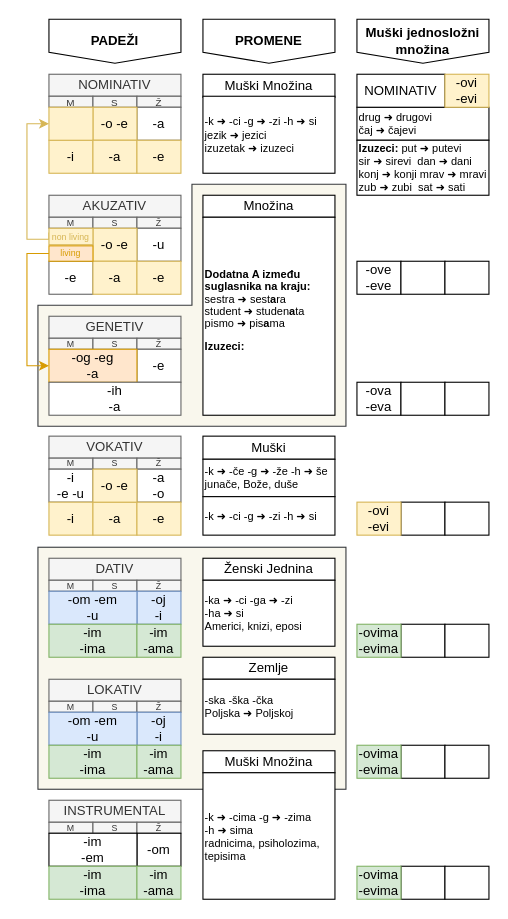
Before: padezi.drawio in vlandivir/srpski, a draw.io diagram. Source tidied: cells renumbered, new cells numbered last; positions are measured from the earlier drawing's top-left corner, leaving out a move shared by most shapes. Both pictures are drawn from the tidied source at 110%, with x=0, y=0 at pixel (26, 19).
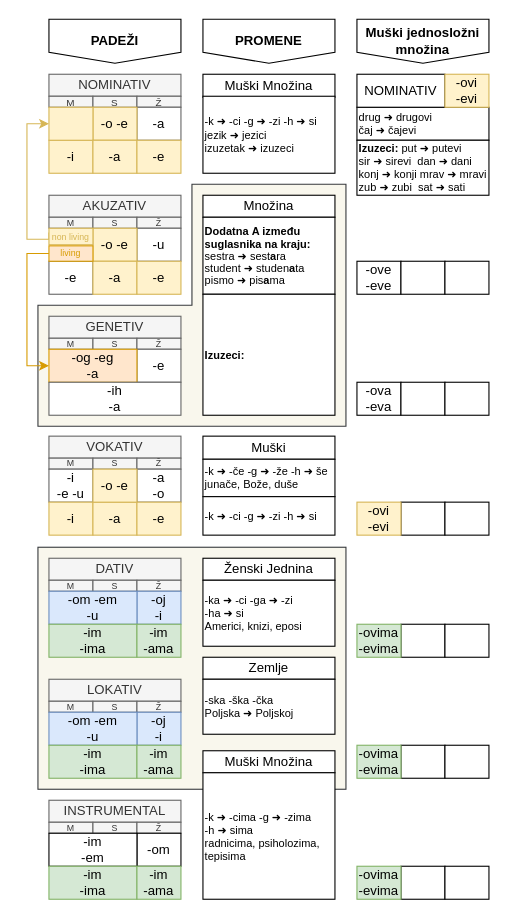
Above is the later version.

Commit message:
Genetiv Množina

The edit, as a diff of the source:
```diff
@@
-    <mxCell id="99" value="&lt;p style=&quot;line-height: 110%;&quot;&gt;&lt;b&gt;Dodatna&amp;nbsp;A između suglasnika na kraju:&lt;/b&gt;&lt;br&gt;sestra ➜ sest&lt;b&gt;a&lt;/b&gt;ra&lt;br&gt;student ➜ studen&lt;b&gt;a&lt;/b&gt;ta&lt;br&gt;pismo ➜ pis&lt;b&gt;a&lt;/b&gt;ma&lt;br&gt;&lt;/p&gt;&lt;p style=&quot;line-height: 110%;&quot;&gt;&lt;b style=&quot;border-color: var(--border-color);&quot;&gt;Izuzeci:&lt;br&gt;&lt;/b&gt;&lt;br&gt;&lt;/p&gt;" style="rounded=0;whiteSpace=wrap;html=1;align=left;fontSize=10;" parent="1" vertex="1">
-      <mxGeometry x="160" y="180" width="120" height="180" as="geometry" />
+    <mxCell id="99" value="&lt;p style=&quot;line-height: 110%;&quot;&gt;&lt;b&gt;Dodatna&amp;nbsp;A između suglasnika na kraju:&amp;nbsp;&lt;br&gt;&lt;/b&gt;&lt;span style=&quot;background-color: initial;&quot;&gt;sestra ➜ sest&lt;/span&gt;&lt;b style=&quot;background-color: initial;&quot;&gt;a&lt;/b&gt;&lt;span style=&quot;background-color: initial;&quot;&gt;ra&amp;nbsp;&lt;br&gt;&lt;/span&gt;&lt;span style=&quot;background-color: initial;&quot;&gt;student ➜ studen&lt;/span&gt;&lt;b style=&quot;background-color: initial;&quot;&gt;a&lt;/b&gt;&lt;span style=&quot;background-color: initial;&quot;&gt;ta&lt;br&gt;&lt;/span&gt;&lt;span style=&quot;background-color: initial;&quot;&gt;pismo ➜ pis&lt;/span&gt;&lt;b style=&quot;background-color: initial;&quot;&gt;a&lt;/b&gt;&lt;span style=&quot;background-color: initial;&quot;&gt;ma&lt;/span&gt;&lt;/p&gt;" style="rounded=0;whiteSpace=wrap;html=1;align=left;fontSize=10;" parent="1" vertex="1">
+      <mxGeometry x="160" y="180" width="120" height="70" as="geometry" />
     </mxCell>
@@
+    <mxCell id="106" value="&lt;b&gt;Izuzeci:&amp;nbsp;&lt;/b&gt;" style="rounded=0;whiteSpace=wrap;html=1;align=left;fontSize=10;" parent="1" vertex="1">
+      <mxGeometry x="160" y="250" width="120" height="110" as="geometry" />
+    </mxCell>
```
